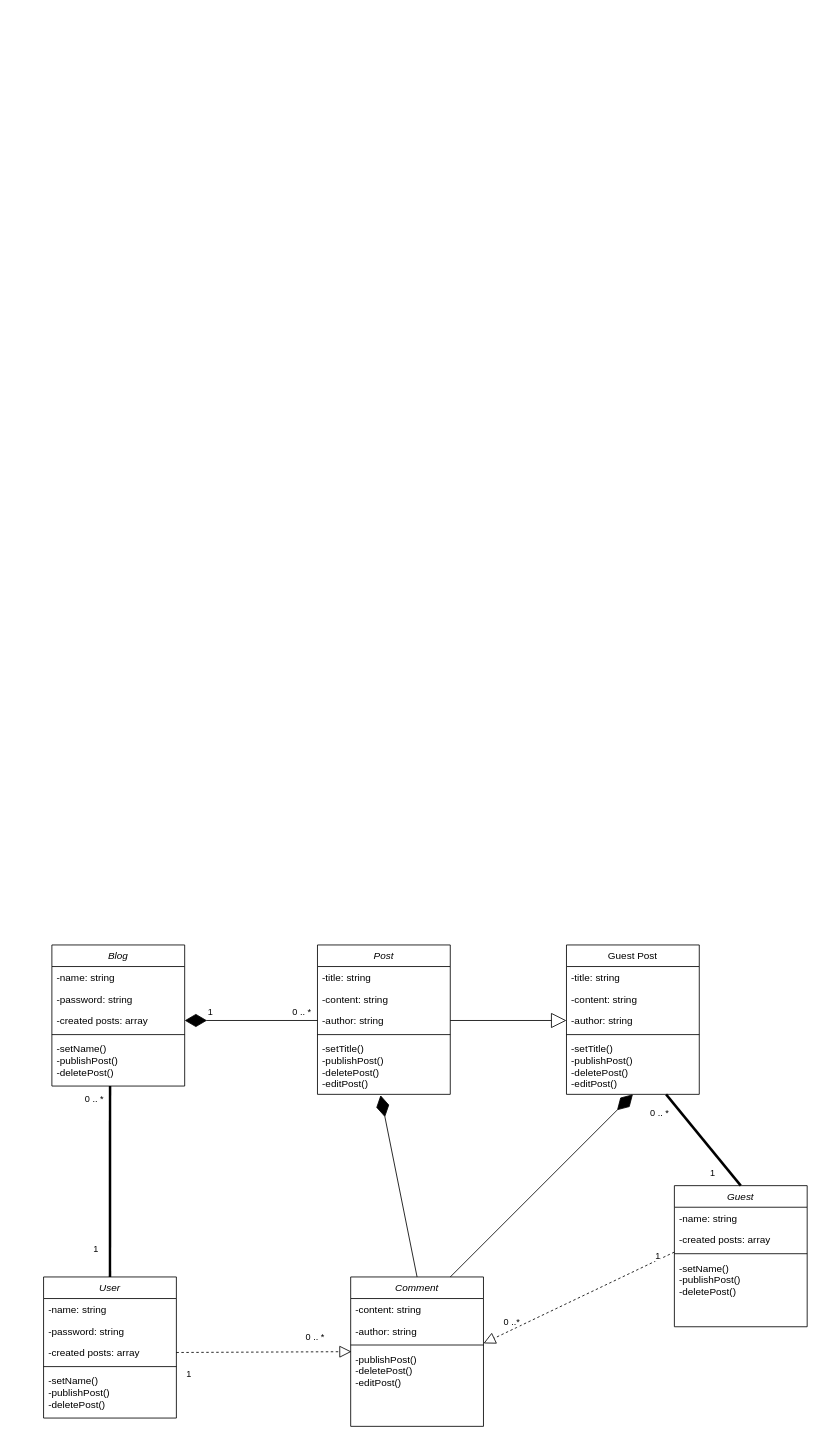
Earlier version of the draw.io diagram Class diagram.drawio (marymakayeva/Practise_project). Source tidied: cells renumbered, new cells numbered last; positions are measured from the earlier drawing's top-left corner, leaving out a move shared by most shapes. Both pictures are drawn from the tidied source at 83%, with x=0, y=0 at pixel (43, 945).
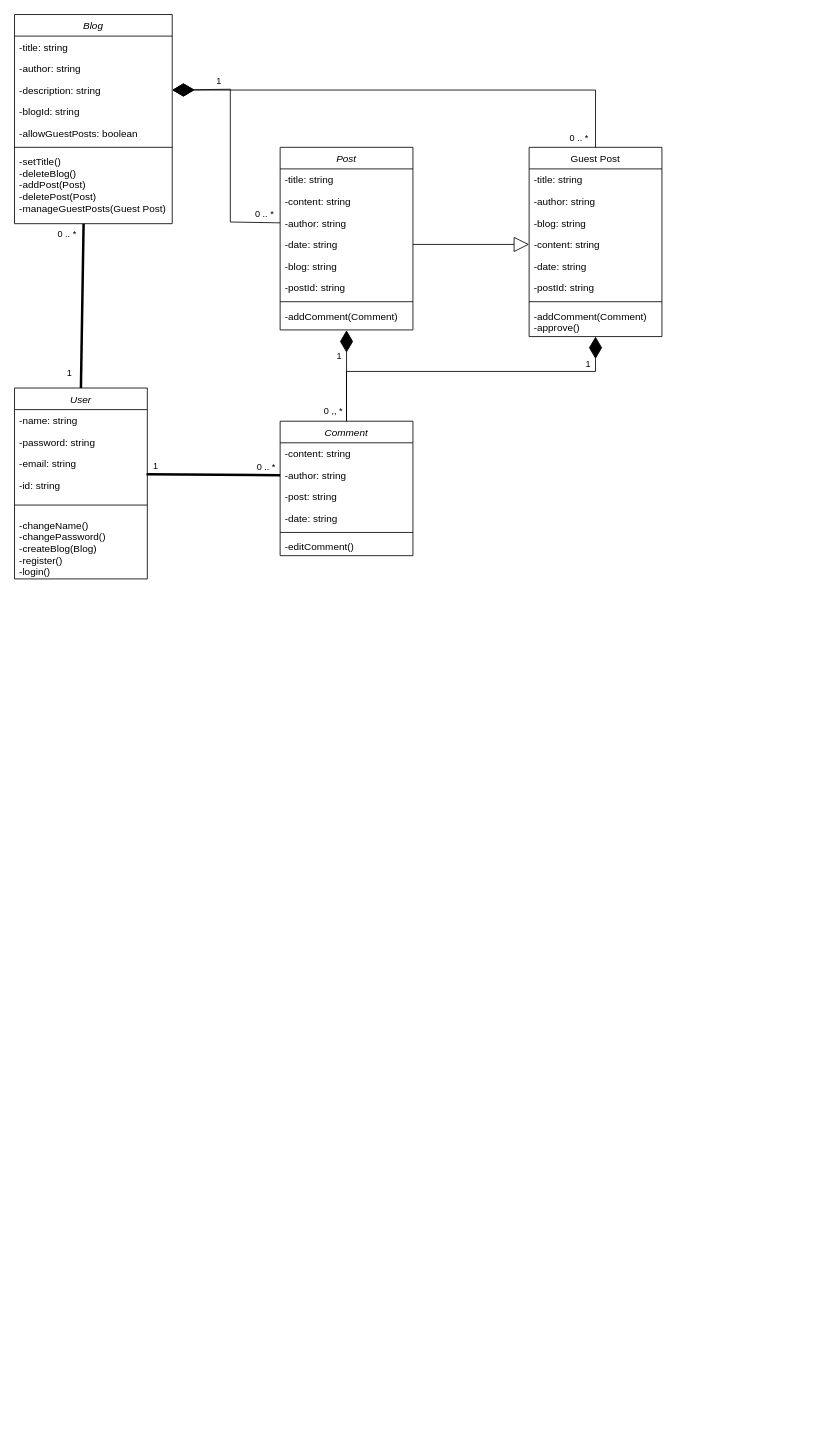
The same diagram, later.

Unchanged cells that the change refers to:
```xml
<mxCell id="17" value="-author: string" style="text;align=left;verticalAlign=top;spacingLeft=4;spacingRight=4;overflow=hidden;points=[[0,0.5],[1,0.5]];portConstraint=eastwest;rounded=0;shadow=0;html=0;" parent="14" vertex="1">
  <mxGeometry y="78" width="160" height="26" as="geometry" />
</mxCell>
<mxCell id="20" style="endArrow=none;startArrow=none;endFill=0;startFill=0;endSize=8;html=1;verticalAlign=bottom;labelBackgroundColor=none;strokeWidth=3;rounded=0;entryX=0.5;entryY=0;entryDx=0;entryDy=0;exitX=0.438;exitY=1;exitDx=0;exitDy=0;exitPerimeter=0;" parent="1" edge="1" source="36" target="2">
  <mxGeometry relative="1" as="geometry" />
</mxCell>
<mxCell id="39" value="-author: string" style="text;align=left;verticalAlign=top;spacingLeft=4;spacingRight=4;overflow=hidden;points=[[0,0.5],[1,0.5]];portConstraint=eastwest;rounded=0;shadow=0;html=0;" parent="37" vertex="1">
  <mxGeometry y="52" width="160" height="26" as="geometry" />
</mxCell>
```

Diff of the diagram source:
```diff
@@
     <mxCell id="2" value="User" style="swimlane;fontStyle=2;align=center;verticalAlign=top;horizontal=1;startSize=26;rounded=0;shadow=0;strokeWidth=1;" parent="1" vertex="1">
-      <mxGeometry y="400" width="160" height="170" as="geometry" />
+      <mxGeometry x="-35" y="-671" width="160" height="230" as="geometry" />
     </mxCell>
@@
-    <mxCell id="5" value="-created posts: array" style="text;align=left;verticalAlign=top;spacingLeft=4;spacingRight=4;overflow=hidden;points=[[0,0.5],[1,0.5]];portConstraint=eastwest;rounded=0;shadow=0;html=0;" parent="2" vertex="1">
-      <mxGeometry y="78" width="160" height="26" as="geometry" />
-    </mxCell>
+    <mxCell id="54" value="-email: string" style="text;align=left;verticalAlign=top;spacingLeft=4;spacingRight=4;overflow=hidden;" parent="2" vertex="1">
+      <mxGeometry y="78" width="160" height="26" as="geometry" />
+    </mxCell>
+    <mxCell id="55" value="-id: string" style="text;align=left;verticalAlign=top;spacingLeft=4;spacingRight=4;overflow=hidden;points=[[0,0.5],[1,0.5]];portConstraint=eastwest;" parent="2" vertex="1">
+      <mxGeometry y="104" width="160" height="26" as="geometry" />
+    </mxCell>
     <mxCell id="6" style="line;html=1;strokeWidth=1;align=left;verticalAlign=middle;spacingTop=-1;spacingLeft=3;spacingRight=3;labelPosition=right;" parent="2" vertex="1">
-      <mxGeometry y="104" width="160" height="8" as="geometry" />
+      <mxGeometry y="130" width="160" height="22" as="geometry" />
     </mxCell>
-    <mxCell id="7" value="-setName()&#10;-publishPost()&#10;-deletePost()&#10;" style="text;align=left;verticalAlign=top;spacingLeft=4;spacingRight=4;overflow=hidden;" parent="2" vertex="1">
-      <mxGeometry y="112" width="160" height="58" as="geometry" />
+    <mxCell id="7" value="-changeName()&#10;-changePassword()&#10;-createBlog(Blog)&#10;-register()&#10;-login()&#10;&#10;" style="text;align=left;verticalAlign=top;spacingLeft=4;spacingRight=4;overflow=hidden;" parent="2" vertex="1">
+      <mxGeometry y="152" width="160" height="78" as="geometry" />
     </mxCell>
     <mxCell id="8" value="Guest Post" style="swimlane;fontStyle=0;align=center;verticalAlign=top;horizontal=1;startSize=26;rounded=0;shadow=0;strokeWidth=1;" parent="1" vertex="1">
-      <mxGeometry x="630" width="160" height="180" as="geometry" />
+      <mxGeometry x="585" y="-961" width="160" height="228" as="geometry" />
     </mxCell>
@@
+    <mxCell id="56" value="-author: string" style="text;align=left;verticalAlign=top;spacingLeft=4;spacingRight=4;overflow=hidden;rounded=0;shadow=0;html=0;" parent="8" vertex="1">
+      <mxGeometry y="52" width="160" height="26" as="geometry" />
+    </mxCell>
+    <mxCell id="57" value="-blog: string" style="text;align=left;verticalAlign=top;spacingLeft=4;spacingRight=4;overflow=hidden;rounded=0;shadow=0;html=0;" parent="8" vertex="1">
+      <mxGeometry y="78" width="160" height="26" as="geometry" />
+    </mxCell>
     <mxCell id="10" value="-content: string" style="text;align=left;verticalAlign=top;spacingLeft=4;spacingRight=4;overflow=hidden;points=[[0,0.5],[1,0.5]];portConstraint=eastwest;rounded=0;shadow=0;html=0;" parent="8" vertex="1">
-      <mxGeometry y="52" width="160" height="26" as="geometry" />
+      <mxGeometry y="104" width="160" height="26" as="geometry" />
     </mxCell>
-    <mxCell id="11" value="-author: string" style="text;align=left;verticalAlign=top;spacingLeft=4;spacingRight=4;overflow=hidden;points=[[0,0.5],[1,0.5]];portConstraint=eastwest;rounded=0;shadow=0;html=0;" parent="8" vertex="1">
-      <mxGeometry y="78" width="160" height="26" as="geometry" />
+    <mxCell id="11" value="-date: string" style="text;align=left;verticalAlign=top;spacingLeft=4;spacingRight=4;overflow=hidden;points=[[0,0.5],[1,0.5]];portConstraint=eastwest;rounded=0;shadow=0;html=0;" parent="8" vertex="1">
+      <mxGeometry y="130" width="160" height="26" as="geometry" />
     </mxCell>
+    <mxCell id="58" value="-postId: string" style="text;align=left;verticalAlign=top;spacingLeft=4;spacingRight=4;overflow=hidden;rounded=0;shadow=0;html=0;" parent="8" vertex="1">
+      <mxGeometry y="156" width="160" height="26" as="geometry" />
+    </mxCell>
     <mxCell id="12" style="line;html=1;strokeWidth=1;align=left;verticalAlign=middle;spacingTop=-1;spacingLeft=3;spacingRight=3;labelPosition=right;" parent="8" vertex="1">
-      <mxGeometry y="104" width="160" height="8" as="geometry" />
+      <mxGeometry y="182" width="160" height="8" as="geometry" />
     </mxCell>
-    <mxCell id="13" value="-setTitle()&#10;-publishPost()&#10;-deletePost()&#10;-editPost()&#10;" style="text;align=left;verticalAlign=top;spacingLeft=4;spacingRight=4;overflow=hidden;" parent="8" vertex="1">
-      <mxGeometry y="112" width="160" height="58" as="geometry" />
+    <mxCell id="13" value="-addComment(Comment)&#10;-approve()" style="text;align=left;verticalAlign=top;spacingLeft=4;spacingRight=4;overflow=hidden;" parent="8" vertex="1">
+      <mxGeometry y="190" width="160" height="38" as="geometry" />
     </mxCell>
     <mxCell id="14" value="Post" style="swimlane;fontStyle=2;align=center;verticalAlign=top;horizontal=1;startSize=26;rounded=0;shadow=0;strokeWidth=1;" parent="1" vertex="1">
-      <mxGeometry x="330" width="160" height="180" as="geometry" />
+      <mxGeometry x="285" y="-961" width="160" height="220" as="geometry" />
     </mxCell>
@@
+    <mxCell id="59" value="-date: string" style="text;align=left;verticalAlign=top;spacingLeft=4;spacingRight=4;overflow=hidden;points=[[0,0.5],[1,0.5]];portConstraint=eastwest;rounded=0;shadow=0;html=0;" parent="14" vertex="1">
+      <mxGeometry y="104" width="160" height="26" as="geometry" />
+    </mxCell>
+    <mxCell id="60" value="-blog: string" style="text;align=left;verticalAlign=top;spacingLeft=4;spacingRight=4;overflow=hidden;rounded=0;shadow=0;html=0;" parent="14" vertex="1">
+      <mxGeometry y="130" width="160" height="26" as="geometry" />
+    </mxCell>
+    <mxCell id="61" value="-postId: string" style="text;align=left;verticalAlign=top;spacingLeft=4;spacingRight=4;overflow=hidden;rounded=0;shadow=0;html=0;" parent="14" vertex="1">
+      <mxGeometry y="156" width="160" height="26" as="geometry" />
+    </mxCell>
     <mxCell id="18" style="line;html=1;strokeWidth=1;align=left;verticalAlign=middle;spacingTop=-1;spacingLeft=3;spacingRight=3;labelPosition=right;" parent="14" vertex="1">
-      <mxGeometry y="104" width="160" height="8" as="geometry" />
+      <mxGeometry y="182" width="160" height="8" as="geometry" />
     </mxCell>
-    <mxCell id="19" value="-setTitle()&#10;-publishPost()&#10;-deletePost()&#10;-editPost()&#10;" style="text;align=left;verticalAlign=top;spacingLeft=4;spacingRight=4;overflow=hidden;points=[[0,0.5],[1,0.5]];portConstraint=eastwest;" parent="14" vertex="1">
-      <mxGeometry y="112" width="160" height="68" as="geometry" />
+    <mxCell id="19" value="-addComment(Comment)&#10;" style="text;align=left;verticalAlign=top;spacingLeft=4;spacingRight=4;overflow=hidden;points=[[0,0.5],[1,0.5]];portConstraint=eastwest;" parent="14" vertex="1">
+      <mxGeometry y="190" width="160" height="30" as="geometry" />
     </mxCell>
@@
     <mxCell id="21" value="1" style="edgeLabel;html=1;align=center;verticalAlign=middle;" parent="20" vertex="1">
       <mxGeometry x="0.53" y="4" relative="1" as="geometry">
-        <mxPoint x="-22" y="19" as="offset" />
+        <mxPoint x="-19" y="28" as="offset" />
       </mxGeometry>
     </mxCell>
@@
-    <mxCell id="23" value="Guest" style="swimlane;fontStyle=2;align=center;verticalAlign=top;horizontal=1;startSize=26;rounded=0;shadow=0;strokeWidth=1;" parent="1" vertex="1">
-      <mxGeometry x="760" y="290" width="160" height="170" as="geometry" />
-    </mxCell>
-    <mxCell id="24" value="-name: string" style="text;align=left;verticalAlign=top;spacingLeft=4;spacingRight=4;overflow=hidden;" parent="23" vertex="1">
-      <mxGeometry y="26" width="160" height="26" as="geometry" />
-    </mxCell>
-    <mxCell id="25" value="-created posts: array" style="text;align=left;verticalAlign=top;spacingLeft=4;spacingRight=4;overflow=hidden;rounded=0;shadow=0;html=0;" parent="23" vertex="1">
-      <mxGeometry y="52" width="160" height="26" as="geometry" />
-    </mxCell>
-    <mxCell id="26" style="line;html=1;strokeWidth=1;align=left;verticalAlign=middle;spacingTop=-1;spacingLeft=3;spacingRight=3;labelPosition=right;" parent="23" vertex="1">
-      <mxGeometry y="78" width="160" height="8" as="geometry" />
-    </mxCell>
-    <mxCell id="27" value="-setName()&#10;-publishPost()&#10;-deletePost()&#10;" style="text;align=left;verticalAlign=top;spacingLeft=4;spacingRight=4;overflow=hidden;points=[[0,0.5],[1,0.5]];portConstraint=eastwest;" parent="23" vertex="1">
-      <mxGeometry y="86" width="160" height="58" as="geometry" />
-    </mxCell>
-    <mxCell id="28" style="endArrow=none;startArrow=none;endFill=0;startFill=0;endSize=8;html=1;verticalAlign=bottom;labelBackgroundColor=none;strokeWidth=3;rounded=0;entryX=0.5;entryY=0;entryDx=0;entryDy=0;exitX=0.75;exitY=1;exitDx=0;exitDy=0;" parent="1" edge="1" source="8" target="23">
-      <mxGeometry relative="1" as="geometry" />
-    </mxCell>
-    <mxCell id="29" value="0 .. *" style="edgeLabel;html=1;align=center;verticalAlign=middle;" parent="28" vertex="1">
-      <mxGeometry x="-0.63" y="-2" relative="1" as="geometry">
-        <mxPoint x="-23" as="offset" />
-      </mxGeometry>
-    </mxCell>
-    <mxCell id="30" value="1" style="edgeLabel;html=1;align=center;verticalAlign=middle;" parent="28" vertex="1">
-      <mxGeometry x="0.72" relative="1" as="geometry">
-        <mxPoint x="-22" as="offset" />
-      </mxGeometry>
-    </mxCell>
     <mxCell id="31" value="Blog" style="swimlane;fontStyle=2;align=center;verticalAlign=top;horizontal=1;startSize=26;rounded=0;shadow=0;strokeWidth=1;" parent="1" vertex="1">
-      <mxGeometry x="10" width="160" height="170" as="geometry" />
+      <mxGeometry x="-35" y="-1121" width="190" height="252" as="geometry" />
     </mxCell>
-    <mxCell id="32" value="-name: string" style="text;align=left;verticalAlign=top;spacingLeft=4;spacingRight=4;overflow=hidden;" parent="31" vertex="1">
-      <mxGeometry y="26" width="160" height="26" as="geometry" />
+    <mxCell id="32" value="-title: string" style="text;align=left;verticalAlign=top;spacingLeft=4;spacingRight=4;overflow=hidden;" parent="31" vertex="1">
+      <mxGeometry y="26" width="190" height="26" as="geometry" />
     </mxCell>
-    <mxCell id="33" value="-password: string" style="text;align=left;verticalAlign=top;spacingLeft=4;spacingRight=4;overflow=hidden;rounded=0;shadow=0;html=0;" parent="31" vertex="1">
-      <mxGeometry y="52" width="160" height="26" as="geometry" />
+    <mxCell id="33" value="-author: string" style="text;align=left;verticalAlign=top;spacingLeft=4;spacingRight=4;overflow=hidden;rounded=0;shadow=0;html=0;" parent="31" vertex="1">
+      <mxGeometry y="52" width="190" height="26" as="geometry" />
     </mxCell>
-    <mxCell id="34" value="-created posts: array" style="text;align=left;verticalAlign=top;spacingLeft=4;spacingRight=4;overflow=hidden;points=[[0,0.5],[1,0.5]];portConstraint=eastwest;rounded=0;shadow=0;html=0;" parent="31" vertex="1">
-      <mxGeometry y="78" width="160" height="26" as="geometry" />
-    </mxCell>
+    <mxCell id="62" value="-description: string" style="text;align=left;verticalAlign=top;spacingLeft=4;spacingRight=4;overflow=hidden;points=[[0,0.5],[1,0.5]];portConstraint=eastwest;rounded=0;shadow=0;html=0;" parent="31" vertex="1">
+      <mxGeometry y="78" width="190" height="26" as="geometry" />
+    </mxCell>
+    <mxCell id="63" value="-blogId: string" style="text;align=left;verticalAlign=top;spacingLeft=4;spacingRight=4;overflow=hidden;rounded=0;shadow=0;html=0;" parent="31" vertex="1">
+      <mxGeometry y="104" width="190" height="26" as="geometry" />
+    </mxCell>
+    <mxCell id="64" value="-allowGuestPosts: boolean" style="text;align=left;verticalAlign=top;spacingLeft=4;spacingRight=4;overflow=hidden;rounded=0;shadow=0;html=0;" parent="31" vertex="1">
+      <mxGeometry y="130" width="190" height="26" as="geometry" />
+    </mxCell>
     <mxCell id="35" style="line;html=1;strokeWidth=1;align=left;verticalAlign=middle;spacingTop=-1;spacingLeft=3;spacingRight=3;labelPosition=right;" parent="31" vertex="1">
-      <mxGeometry y="104" width="160" height="8" as="geometry" />
+      <mxGeometry y="156" width="190" height="8" as="geometry" />
     </mxCell>
-    <mxCell id="36" value="-setName()&#10;-publishPost()&#10;-deletePost()&#10;" style="text;align=left;verticalAlign=top;spacingLeft=4;spacingRight=4;overflow=hidden;points=[[0,0.5],[1,0.5]];portConstraint=eastwest;" parent="31" vertex="1">
-      <mxGeometry y="112" width="160" height="58" as="geometry" />
+    <mxCell id="36" value="-setTitle()&#10;-deleteBlog()&#10;-addPost(Post)&#10;-deletePost(Post)&#10;-manageGuestPosts(Guest Post)&#10;" style="text;align=left;verticalAlign=top;spacingLeft=4;spacingRight=4;overflow=hidden;points=[[0,0.5],[1,0.5]];portConstraint=eastwest;" parent="31" vertex="1">
+      <mxGeometry y="164" width="190" height="88" as="geometry" />
     </mxCell>
     <mxCell id="37" value="Comment" style="swimlane;fontStyle=2;align=center;verticalAlign=top;horizontal=1;startSize=26;rounded=0;shadow=0;strokeWidth=1;" parent="1" vertex="1">
-      <mxGeometry x="370" y="400" width="160" height="180" as="geometry" />
+      <mxGeometry x="285" y="-631" width="160" height="162" as="geometry" />
     </mxCell>
@@
+    <mxCell id="65" value="-post: string" style="text;align=left;verticalAlign=top;spacingLeft=4;spacingRight=4;overflow=hidden;rounded=0;shadow=0;html=0;" parent="37" vertex="1">
+      <mxGeometry y="78" width="160" height="26" as="geometry" />
+    </mxCell>
+    <mxCell id="66" value="-date: string" style="text;align=left;verticalAlign=top;spacingLeft=4;spacingRight=4;overflow=hidden;rounded=0;shadow=0;html=0;" parent="37" vertex="1">
+      <mxGeometry y="104" width="160" height="26" as="geometry" />
+    </mxCell>
     <mxCell id="40" style="line;html=1;strokeWidth=1;align=left;verticalAlign=middle;spacingTop=-1;spacingLeft=3;spacingRight=3;labelPosition=right;" parent="37" vertex="1">
-      <mxGeometry y="78" width="160" height="8" as="geometry" />
+      <mxGeometry y="130" width="160" height="8" as="geometry" />
     </mxCell>
-    <mxCell id="41" value="-publishPost()&#10;-deletePost()&#10;-editPost()&#10;" style="text;align=left;verticalAlign=top;spacingLeft=4;spacingRight=4;overflow=hidden;points=[[0,0.5],[1,0.5]];portConstraint=eastwest;" parent="37" vertex="1">
-      <mxGeometry y="86" width="160" height="68" as="geometry" />
+    <mxCell id="41" value="-editComment()" style="text;align=left;verticalAlign=top;spacingLeft=4;spacingRight=4;overflow=hidden;points=[[0,0.5],[1,0.5]];portConstraint=eastwest;" parent="37" vertex="1">
+      <mxGeometry y="138" width="160" height="24" as="geometry" />
     </mxCell>
-    <mxCell id="42" style="endArrow=diamondThin;endFill=1;endSize=24;html=1;rounded=0;entryX=1;entryY=0.5;entryDx=0;entryDy=0;exitX=0;exitY=0.5;exitDx=0;exitDy=0;" parent="1" edge="1" source="17" target="34">
-      <mxGeometry relative="1" as="geometry" />
+    <mxCell id="42" style="endArrow=diamondThin;endFill=1;endSize=24;html=1;rounded=0;entryX=1;entryY=0.5;entryDx=0;entryDy=0;exitX=0;exitY=0.5;exitDx=0;exitDy=0;" parent="1" edge="1" source="17" target="62">
+      <mxGeometry relative="1" as="geometry">
+        <Array as="points">
+          <mxPoint x="225" y="-871" />
+          <mxPoint x="225" y="-1031" />
+        </Array>
+      </mxGeometry>
     </mxCell>
@@
     <mxCell id="44" value="0 .. *" style="edgeLabel;html=1;align=center;verticalAlign=middle;" parent="42" vertex="1">
       <mxGeometry x="-0.58" y="2" relative="1" as="geometry">
-        <mxPoint x="14" y="-13" as="offset" />
+        <mxPoint x="42" y="-10" as="offset" />
       </mxGeometry>
     </mxCell>
-    <mxCell id="45" style="endArrow=block;endSize=16;endFill=0;html=1;rounded=0;exitX=1;exitY=0.5;exitDx=0;exitDy=0;entryX=0;entryY=0.5;entryDx=0;entryDy=0;" parent="1" edge="1" source="17" target="11">
+    <mxCell id="45" style="endArrow=block;endSize=16;endFill=0;html=1;rounded=0;exitX=1;exitY=0.5;exitDx=0;exitDy=0;entryX=0;entryY=0.5;entryDx=0;entryDy=0;" parent="1" edge="1" source="59" target="10">
       <mxGeometry relative="1" as="geometry" />
     </mxCell>
-    <mxCell id="46" style="endArrow=block;dashed=1;endFill=0;endSize=12;html=1;rounded=0;exitX=1;exitY=0.5;exitDx=0;exitDy=0;entryX=0.006;entryY=0.059;entryDx=0;entryDy=0;entryPerimeter=0;" parent="1" edge="1" source="5" target="41">
-      <mxGeometry relative="1" as="geometry" />
-    </mxCell>
-    <mxCell id="47" value="1" style="edgeLabel;html=1;align=center;verticalAlign=middle;" parent="46" vertex="1">
-      <mxGeometry x="-0.16" y="-1" relative="1" as="geometry">
-        <mxPoint x="-75" y="25" as="offset" />
-      </mxGeometry>
-    </mxCell>
-    <mxCell id="48" value="0 .. *" style="edgeLabel;html=1;align=center;verticalAlign=middle;" parent="46" vertex="1">
-      <mxGeometry x="0.47" relative="1" as="geometry">
-        <mxPoint x="12" y="-19" as="offset" />
-      </mxGeometry>
-    </mxCell>
-    <mxCell id="49" style="endArrow=block;dashed=1;endFill=0;endSize=12;html=1;rounded=0;exitX=0;exitY=-0.103;exitDx=0;exitDy=0;entryX=1;entryY=1.077;entryDx=0;entryDy=0;entryPerimeter=0;exitPerimeter=0;" parent="1" edge="1" source="27" target="39">
-      <mxGeometry relative="1" as="geometry" />
-    </mxCell>
-    <mxCell id="50" value="0 ..*" style="edgeLabel;html=1;align=center;verticalAlign=middle;" parent="49" vertex="1">
-      <mxGeometry x="0.71" y="1" relative="1" as="geometry">
-        <mxPoint y="-11" as="offset" />
-      </mxGeometry>
-    </mxCell>
-    <mxCell id="51" value="1" style="edgeLabel;html=1;align=center;verticalAlign=middle;" parent="49" vertex="1">
-      <mxGeometry x="-0.73" y="-1" relative="1" as="geometry">
-        <mxPoint x="11" y="-9" as="offset" />
-      </mxGeometry>
-    </mxCell>
-    <mxCell id="52" style="endArrow=diamondThin;endFill=1;endSize=24;html=1;rounded=0;exitX=0.5;exitY=0;exitDx=0;exitDy=0;entryX=0.475;entryY=1.015;entryDx=0;entryDy=0;entryPerimeter=0;" parent="1" edge="1" source="37" target="19">
+    <mxCell id="52" style="endArrow=diamondThin;endFill=1;endSize=24;html=1;rounded=0;exitX=0.5;exitY=0;exitDx=0;exitDy=0;entryX=0.5;entryY=1.015;entryDx=0;entryDy=0;entryPerimeter=0;" parent="1" edge="1" source="37" target="19">
       <mxGeometry relative="1" as="geometry" />
     </mxCell>
+    <mxCell id="67" value="1" style="edgeLabel;html=1;align=center;verticalAlign=middle;" parent="52" vertex="1">
+      <mxGeometry x="0.6" relative="1" as="geometry">
+        <mxPoint x="-10" y="9" as="offset" />
+      </mxGeometry>
+    </mxCell>
+    <mxCell id="68" value="0 ,, *" style="edgeLabel;html=1;align=center;verticalAlign=middle;" parent="52" vertex="1">
+      <mxGeometry x="-0.68" y="-1" relative="1" as="geometry">
+        <mxPoint x="-18" y="5" as="offset" />
+      </mxGeometry>
+    </mxCell>
-    <mxCell id="53" style="endArrow=diamondThin;endFill=1;endSize=24;html=1;rounded=0;entryX=0.5;entryY=1;entryDx=0;entryDy=0;exitX=0.75;exitY=0;exitDx=0;exitDy=0;" parent="1" edge="1" source="37" target="8">
-      <mxGeometry relative="1" as="geometry" />
+    <mxCell id="53" style="endArrow=diamondThin;endFill=1;endSize=24;html=1;rounded=0;entryX=0.5;entryY=1;entryDx=0;entryDy=0;exitX=0.5;exitY=0;exitDx=0;exitDy=0;" parent="1" edge="1" source="37" target="8">
+      <mxGeometry relative="1" as="geometry">
+        <Array as="points">
+          <mxPoint x="365" y="-691" />
+          <mxPoint x="665" y="-691" />
+        </Array>
+      </mxGeometry>
     </mxCell>
+    <mxCell id="69" value="1" style="edgeLabel;html=1;align=center;verticalAlign=middle;" parent="53" vertex="1">
+      <mxGeometry x="0.84" relative="1" as="geometry">
+        <mxPoint x="-10" as="offset" />
+      </mxGeometry>
+    </mxCell>
+    <mxCell id="70" style="endArrow=none;startArrow=none;endFill=0;startFill=0;endSize=8;html=1;verticalAlign=bottom;labelBackgroundColor=none;strokeWidth=3;rounded=0;exitX=0;exitY=0.5;exitDx=0;exitDy=0;entryX=0.994;entryY=0;entryDx=0;entryDy=0;entryPerimeter=0;" parent="1" edge="1" source="39" target="55">
+      <mxGeometry relative="1" as="geometry" />
+    </mxCell>
+    <mxCell id="71" value="0 .. *" style="edgeLabel;html=1;align=center;verticalAlign=middle;" parent="70" vertex="1">
+      <mxGeometry x="-0.63" y="-2" relative="1" as="geometry">
+        <mxPoint x="12" y="-8" as="offset" />
+      </mxGeometry>
+    </mxCell>
+    <mxCell id="72" value="1" style="edgeLabel;html=1;align=center;verticalAlign=middle;" parent="70" vertex="1">
+      <mxGeometry x="0.72" relative="1" as="geometry">
+        <mxPoint x="-13" y="-11" as="offset" />
+      </mxGeometry>
+    </mxCell>
+    <mxCell id="73" style="endArrow=diamondThin;endFill=1;endSize=24;html=1;rounded=0;exitX=0.5;exitY=0;exitDx=0;exitDy=0;" parent="1" edge="1" source="8">
+      <mxGeometry relative="1" as="geometry">
+        <mxPoint x="155" y="-1030" as="targetPoint" />
+        <Array as="points">
+          <mxPoint x="665" y="-1030" />
+        </Array>
+      </mxGeometry>
+    </mxCell>
+    <mxCell id="74" value="0 .. *" style="edgeLabel;html=1;align=center;verticalAlign=middle;" parent="1" vertex="1">
+      <mxGeometry x="275" y="-861" as="geometry">
+        <mxPoint x="369" y="-112" as="offset" />
+      </mxGeometry>
+    </mxCell>
```
